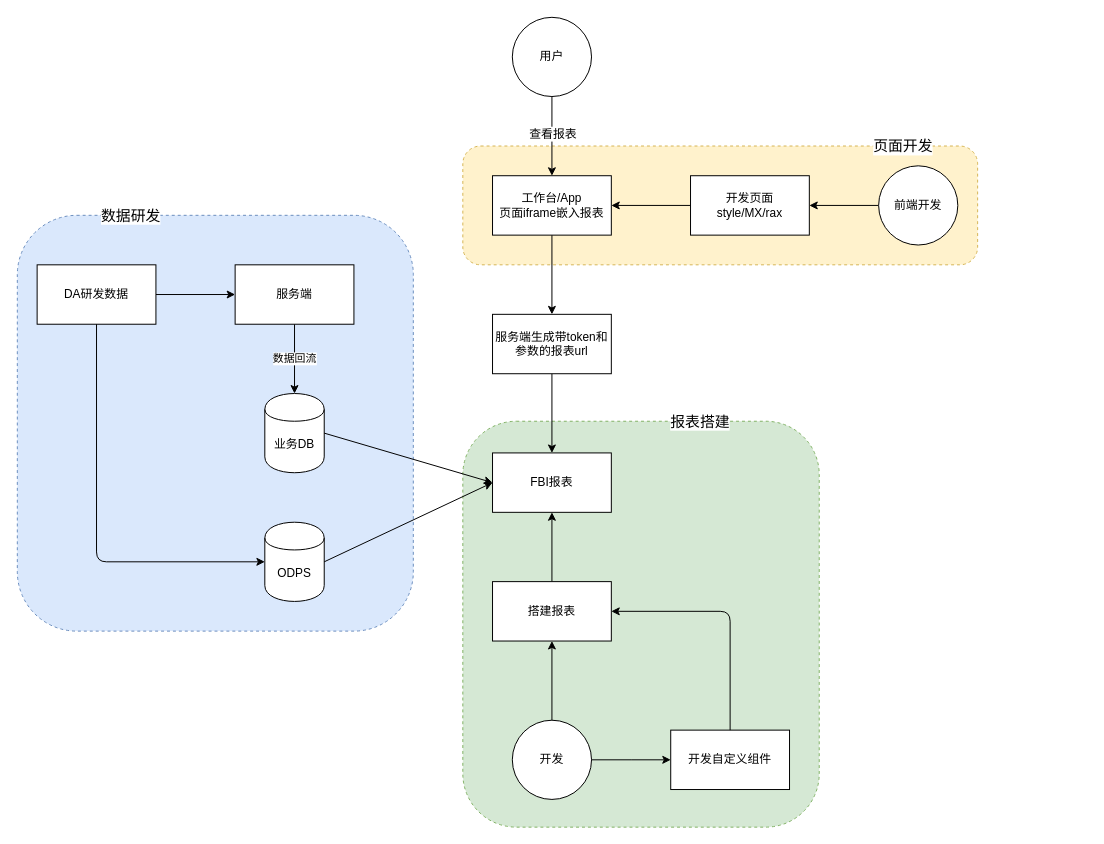
Above: 基于FBI搭建报表嵌入业务流程方案.drawio in zzuwzj/draw (draw.io), before the change. Source tidied: cells renumbered, new cells numbered last; positions are measured from the earlier drawing's top-left corner, leaving out a move shared by most shapes. Both pictures are drawn from the tidied source at 99%, with x=0, y=0 at pixel (17, 17).
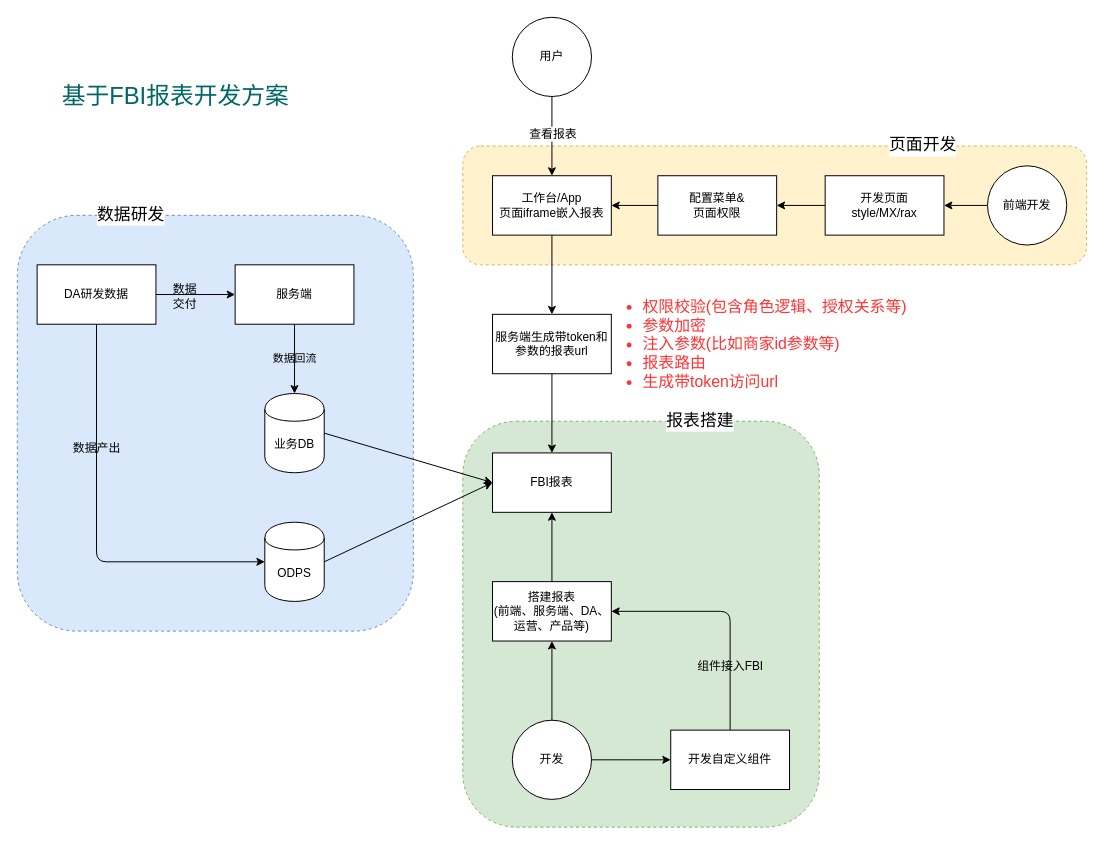
Above is the later version.

Commit message:
Update 基于FBI搭建报表嵌入业务流程方案.drawio

Unchanged cells that the change refers to:
```xml
<mxCell id="5" style="edgeStyle=orthogonalEdgeStyle;rounded=0;jettySize=auto;html=1;" parent="1" edge="1" source="6" target="8">
  <mxGeometry relative="1" as="geometry" />
</mxCell>
<mxCell id="8" value="服务端" style="rounded=0;whiteSpace=wrap;html=1;" parent="1" vertex="1">
  <mxGeometry x="220" y="250" width="120" height="60" as="geometry" />
</mxCell>
<mxCell id="9" value="业务DB" style="shape=cylinder;whiteSpace=wrap;html=1;boundedLbl=1;backgroundOutline=1;" parent="1" vertex="1">
  <mxGeometry x="250" y="380" width="60" height="80" as="geometry" />
</mxCell>
<mxCell id="11" style="endArrow=classic;html=1;exitX=0.5;exitY=1;exitDx=0;exitDy=0;entryX=0;entryY=0.5;entryDx=0;entryDy=0;" parent="1" edge="1" source="6" target="10">
  <mxGeometry relative="1" as="geometry">
    <Array as="points">
      <mxPoint x="80" y="550" />
    </Array>
  </mxGeometry>
</mxCell>
<mxCell id="19" value="工作台/App&lt;br&gt;页面iframe嵌入报表&lt;br&gt;" style="rounded=0;whiteSpace=wrap;html=1;" parent="1" vertex="1">
  <mxGeometry x="480" y="160" width="120" height="60" as="geometry" />
</mxCell>
<mxCell id="28" style="endArrow=classic;html=1;exitX=0.5;exitY=0;exitDx=0;exitDy=0;entryX=1;entryY=0.5;entryDx=0;entryDy=0;" parent="1" edge="1" source="27" target="23">
  <mxGeometry relative="1" as="geometry">
    <Array as="points">
      <mxPoint x="720" y="600" />
    </Array>
  </mxGeometry>
</mxCell>
```

What changed in the source:
```diff
@@
     <mxCell id="2" style="rounded=1;whiteSpace=wrap;html=1;fillColor=#fff2cc;dashed=1;strokeColor=#d6b656;" parent="1" vertex="1">
-      <mxGeometry x="450" y="130" width="520" height="120" as="geometry" />
+      <mxGeometry x="450" y="130" width="630" height="120" as="geometry" />
     </mxCell>
@@
+    <mxCell id="36" value="数据&lt;br&gt;交付" style="text;html=1;align=center;verticalAlign=middle;labelBackgroundColor=none;" parent="5" vertex="1">
+      <mxGeometry x="-0.3" y="-1" relative="1" as="geometry" />
+    </mxCell>
@@
-    <mxCell id="7" value="数据回流" style="edgeStyle=orthogonalEdgeStyle;rounded=0;jettySize=auto;html=1;" parent="1" edge="1" source="8" target="9">
+    <mxCell id="7" value="数据回流" style="edgeStyle=orthogonalEdgeStyle;rounded=0;jettySize=auto;html=1;labelBackgroundColor=none;" parent="1" edge="1" source="8" target="9">
       <mxGeometry relative="1" as="geometry" />
     </mxCell>
@@
+    <mxCell id="37" value="数据产出" style="text;html=1;align=center;verticalAlign=middle;labelBackgroundColor=none;" parent="11" vertex="1">
+      <mxGeometry x="-0.39" y="-1" relative="1" as="geometry" />
+    </mxCell>
@@
-    <mxCell id="23" value="搭建报表" style="rounded=0;whiteSpace=wrap;html=1;" parent="1" vertex="1">
+    <mxCell id="23" value="搭建报表&lt;br&gt;(前端、服务端、DA、运营、产品等)&lt;br&gt;" style="rounded=0;whiteSpace=wrap;html=1;" parent="1" vertex="1">
       <mxGeometry x="480" y="570" width="120" height="60" as="geometry" />
     </mxCell>
@@
-    <mxCell id="26" value="开发" style="ellipse;whiteSpace=wrap;html=1;" parent="1" vertex="1">
+    <mxCell id="26" value="开发&lt;br&gt;" style="ellipse;whiteSpace=wrap;html=1;" parent="1" vertex="1">
       <mxGeometry x="500" y="710" width="80" height="80" as="geometry" />
     </mxCell>
@@
-    <mxCell id="29" style="edgeStyle=orthogonalEdgeStyle;rounded=0;jettySize=auto;html=1;" parent="1" edge="1" source="30" target="19">
-      <mxGeometry relative="1" as="geometry" />
-    </mxCell>
+    <mxCell id="38" value="&lt;font color=&quot;#000000&quot; style=&quot;font-size: 12px&quot;&gt;组件接入FBI&lt;/font&gt;" style="text;html=1;align=center;verticalAlign=middle;labelBackgroundColor=none;fontSize=16;fontColor=#FF3333;" parent="28" vertex="1">
+      <mxGeometry x="-0.44" y="1" relative="1" as="geometry" />
+    </mxCell>
     <mxCell id="30" value="开发页面&lt;br&gt;style/MX/rax&lt;br&gt;" style="rounded=0;whiteSpace=wrap;html=1;" parent="1" vertex="1">
-      <mxGeometry x="680" y="160" width="120" height="60" as="geometry" />
+      <mxGeometry x="816" y="160" width="120" height="60" as="geometry" />
     </mxCell>
@@
     <mxCell id="32" value="前端开发" style="ellipse;whiteSpace=wrap;html=1;" parent="1" vertex="1">
-      <mxGeometry x="870" y="150" width="80" height="80" as="geometry" />
+      <mxGeometry x="980" y="150" width="80" height="80" as="geometry" />
     </mxCell>
-    <mxCell id="33" value="数据研发" style="text;html=1;strokeColor=none;fillColor=none;align=center;verticalAlign=middle;whiteSpace=wrap;rounded=0;dashed=1;labelBackgroundColor=#ffffff;fontSize=15;" parent="1" vertex="1">
+    <mxCell id="33" value="数据研发" style="text;html=1;strokeColor=none;fillColor=none;align=center;verticalAlign=middle;whiteSpace=wrap;rounded=0;dashed=1;labelBackgroundColor=#ffffff;fontSize=17;" parent="1" vertex="1">
       <mxGeometry x="80" y="190" width="70" height="20" as="geometry" />
     </mxCell>
-    <mxCell id="34" value="报表搭建" style="text;html=1;strokeColor=none;fillColor=none;align=center;verticalAlign=middle;whiteSpace=wrap;rounded=0;dashed=1;labelBackgroundColor=#ffffff;fontSize=15;" parent="1" vertex="1">
+    <mxCell id="34" value="报表搭建" style="text;html=1;strokeColor=none;fillColor=none;align=center;verticalAlign=middle;whiteSpace=wrap;rounded=0;dashed=1;labelBackgroundColor=#ffffff;fontSize=17;" parent="1" vertex="1">
       <mxGeometry x="655" y="398" width="70" height="20" as="geometry" />
     </mxCell>
-    <mxCell id="35" value="页面开发" style="text;html=1;strokeColor=none;fillColor=none;align=center;verticalAlign=middle;whiteSpace=wrap;rounded=0;dashed=1;labelBackgroundColor=#ffffff;fontSize=15;" parent="1" vertex="1">
-      <mxGeometry x="860" y="120" width="70" height="20" as="geometry" />
+    <mxCell id="35" value="页面开发" style="text;html=1;strokeColor=none;fillColor=none;align=center;verticalAlign=middle;whiteSpace=wrap;rounded=0;dashed=1;labelBackgroundColor=#ffffff;fontSize=17;" parent="1" vertex="1">
+      <mxGeometry x="880" y="120" width="70" height="20" as="geometry" />
     </mxCell>
+    <mxCell id="39" value="基于FBI报表开发方案" style="text;html=1;strokeColor=none;fillColor=none;align=center;verticalAlign=middle;whiteSpace=wrap;rounded=0;fontSize=24;fontColor=#006666;" parent="1" vertex="1">
+      <mxGeometry x="40" y="70" width="240" height="20" as="geometry" />
+    </mxCell>
+    <mxCell id="40" value="&lt;div style=&quot;text-align: left&quot;&gt;&lt;ul&gt;&lt;li&gt;&lt;span&gt;权限校验(包含角色逻辑、授权关系等)&lt;/span&gt;&lt;/li&gt;&lt;li&gt;&lt;span&gt;参数加密&lt;/span&gt;&lt;/li&gt;&lt;li&gt;注入参数(比如商家id参数等)&lt;/li&gt;&lt;li&gt;&lt;span&gt;报表路由&lt;/span&gt;&lt;/li&gt;&lt;li&gt;生成带token访问url&lt;/li&gt;&lt;/ul&gt;&lt;/div&gt;" style="text;html=1;strokeColor=none;fillColor=none;align=left;verticalAlign=middle;whiteSpace=wrap;rounded=0;fontSize=16;fontColor=#FF3333;" parent="1" vertex="1">
+      <mxGeometry x="590" y="270" width="350" height="120" as="geometry" />
+    </mxCell>
+    <mxCell id="41" value="配置菜单&amp;amp;&lt;br&gt;页面权限" style="rounded=0;whiteSpace=wrap;html=1;labelBackgroundColor=#ffffff;fontSize=12;fontColor=#000000;align=center;" parent="1" vertex="1">
+      <mxGeometry x="647" y="160" width="120" height="60" as="geometry" />
+    </mxCell>
+    <mxCell id="42" style="endArrow=classic;html=1;labelBackgroundColor=none;fontSize=12;fontColor=#000000;entryX=1;entryY=0.5;entryDx=0;entryDy=0;exitX=0;exitY=0.5;exitDx=0;exitDy=0;" parent="1" edge="1" source="41" target="19">
+      <mxGeometry relative="1" as="geometry" />
+    </mxCell>
+    <mxCell id="43" style="endArrow=classic;html=1;labelBackgroundColor=none;fontSize=12;fontColor=#000000;entryX=1;entryY=0.5;entryDx=0;entryDy=0;exitX=0;exitY=0.5;exitDx=0;exitDy=0;" parent="1" edge="1" source="30" target="41">
+      <mxGeometry relative="1" as="geometry" />
+    </mxCell>
```
